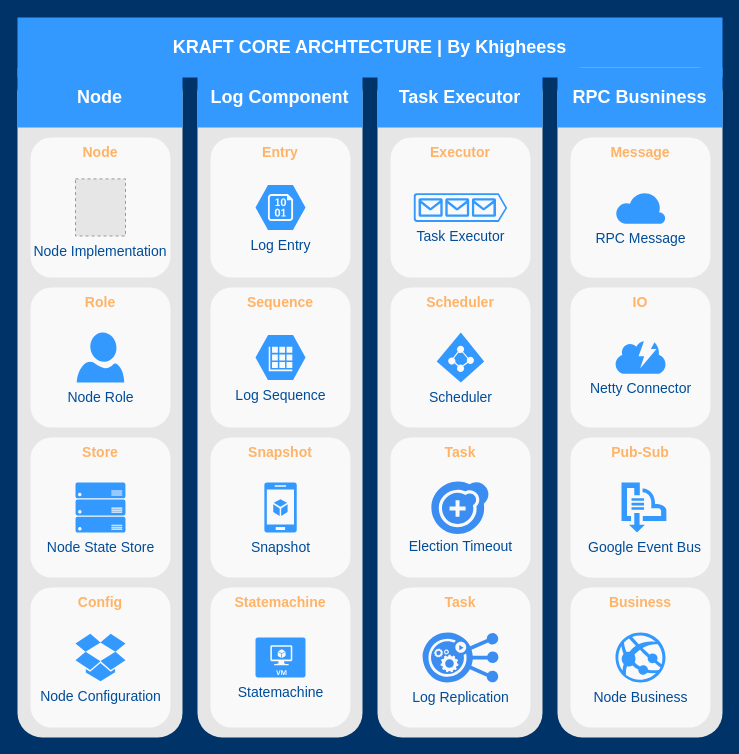
This is images/kraft.drawio from Khighness/kraft, a draw.io file, before an edit. Source tidied: cells renumbered, new cells numbered last; positions are measured from the earlier drawing's top-left corner, leaving out a move shared by most shapes. Both pictures are drawn from the tidied source at 100%, with x=0, y=0 at pixel (17, 17). Pictures stored in the file or linked from it are replaced by grey dashed boxes.
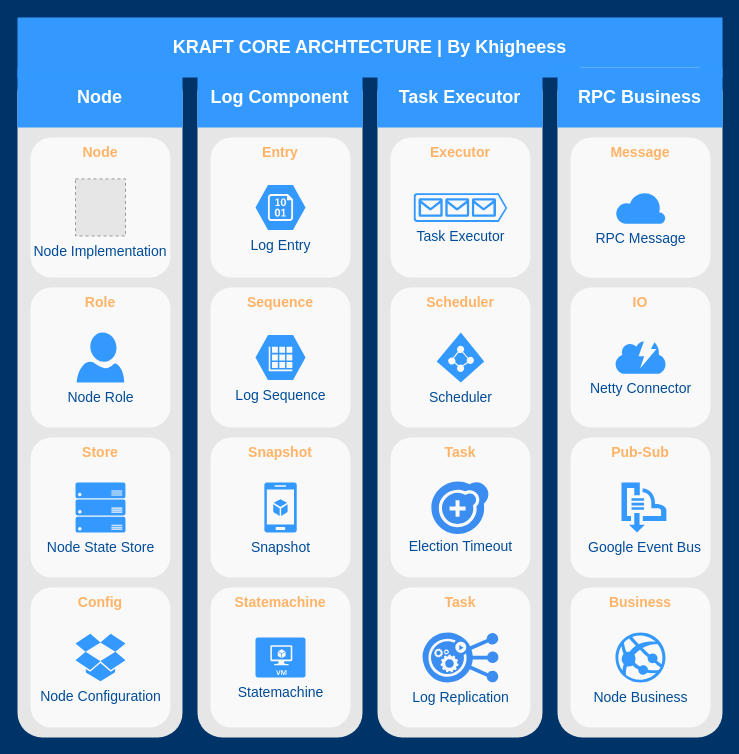
After the change.

The change refers to these unchanged cells:
```xml
<mxCell id="51" style="group;" parent="1" vertex="1">
  <mxGeometry x="540" y="50" width="165" height="670" as="geometry" />
</mxCell>
```

What changed in the source:
```diff
@@
-    <mxCell id="53" value="RPC Busniness" style="whiteSpace=wrap;html=1;dashed=1;strokeColor=none;strokeWidth=2;fillColor=#3399FF;fontFamily=Helvetica;fontSize=18;fontColor=#FFFFFF;fontStyle=1;" parent="51" vertex="1">
+    <mxCell id="53" value="RPC Business" style="whiteSpace=wrap;html=1;dashed=1;strokeColor=none;strokeWidth=2;fillColor=#3399FF;fontFamily=Helvetica;fontSize=18;fontColor=#FFFFFF;fontStyle=1;" parent="51" vertex="1">
       <mxGeometry width="165" height="60" as="geometry" />
     </mxCell>
```
